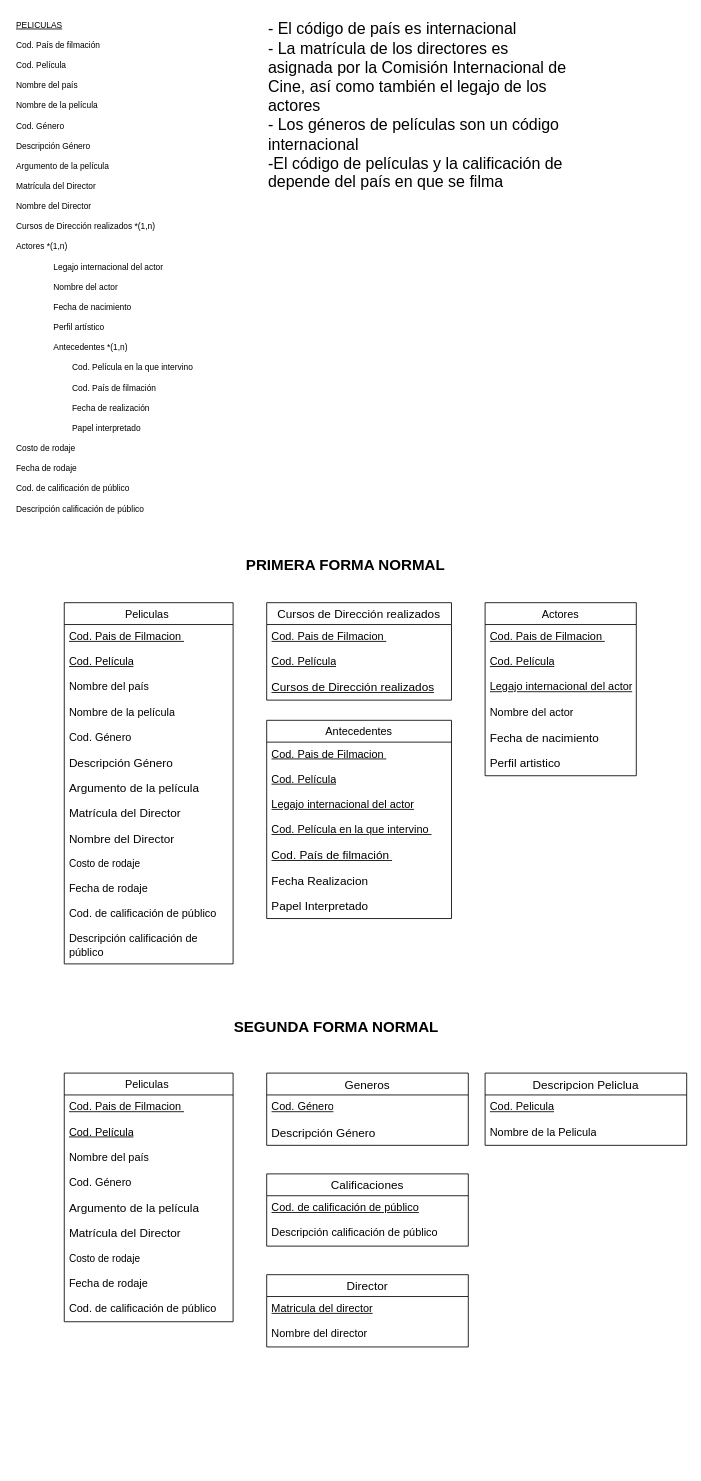
The draw.io diagram DiagrapaPeliculas.drawio in Jose-AA/TP-PELICULAS-BASE-DE-DATOS, before the edit. Source tidied: cells renumbered, new cells numbered last; positions are measured from the earlier drawing's top-left corner, leaving out a move shared by most shapes. Both pictures are drawn from the tidied source at 84%, with x=0, y=0 at pixel (14, 14).
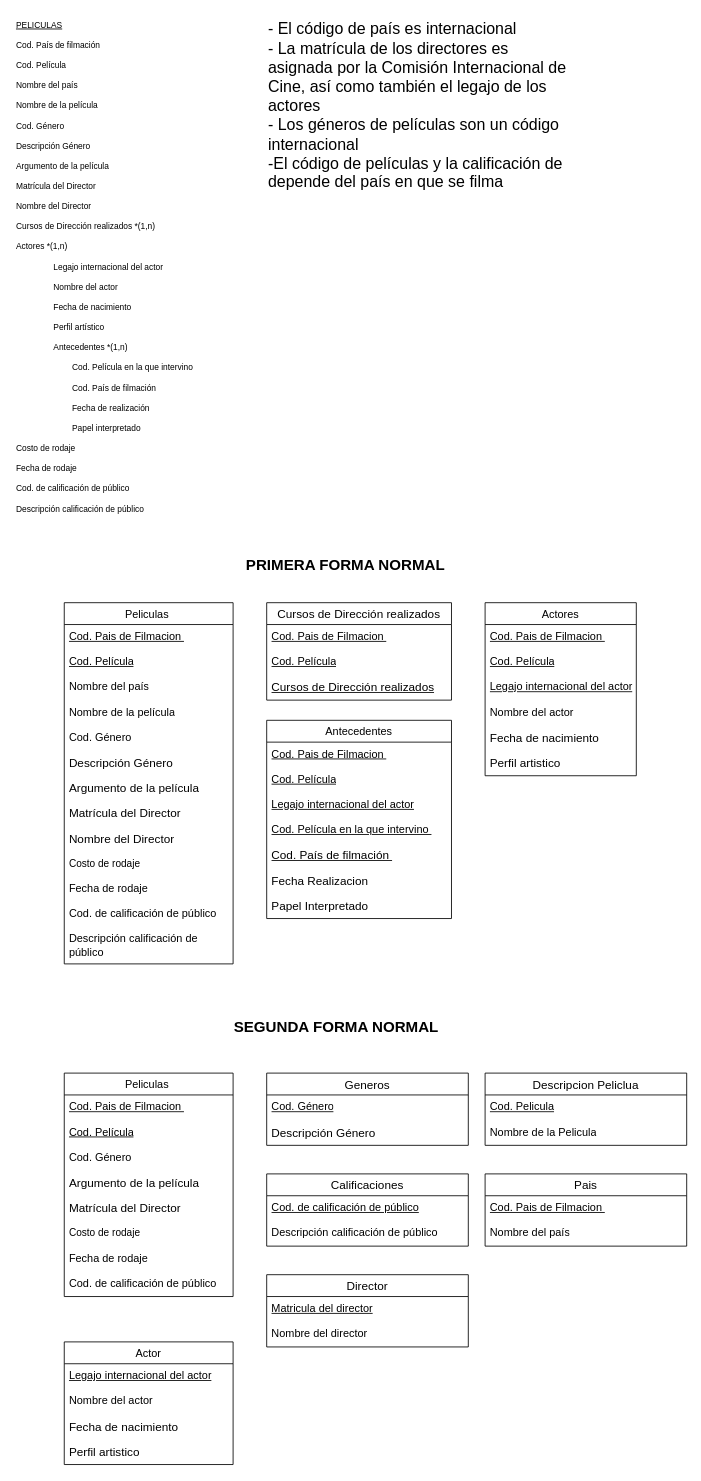
The same page after the edit.

What changed in the source:
```diff
@@
     <mxCell id="39" value="Peliculas " style="swimlane;fontStyle=0;horizontal=1;startSize=26;align=center;fontSize=13;" parent="1" vertex="1">
-      <mxGeometry x="59" y="1260" width="201" height="296" as="geometry" />
+      <mxGeometry x="59" y="1260" width="201" height="266" as="geometry" />
     </mxCell>
@@
-    <mxCell id="42" value="&lt;span style=&quot;font-size: 13px;&quot;&gt;Nombre del país&lt;/span&gt;" style="text;strokeColor=none;fillColor=none;spacingLeft=4;spacingRight=4;overflow=hidden;fontSize=13;whiteSpace=wrap;html=1;" parent="39" vertex="1">
-      <mxGeometry y="86" width="201" height="30" as="geometry" />
-    </mxCell>
     <mxCell id="43" value="&lt;span style=&quot;font-size: 13px;&quot;&gt;Cod. Género&lt;/span&gt;" style="text;strokeColor=none;fillColor=none;spacingLeft=4;spacingRight=4;overflow=hidden;fontSize=13;whiteSpace=wrap;html=1;" parent="39" vertex="1">
-      <mxGeometry y="116" width="201" height="30" as="geometry" />
+      <mxGeometry y="86" width="201" height="30" as="geometry" />
     </mxCell>
     <mxCell id="44" value="&lt;span style=&quot;font-size: 14px;&quot;&gt;Argumento de la película&lt;/span&gt;" style="text;strokeColor=none;fillColor=none;spacingLeft=4;spacingRight=4;overflow=hidden;fontSize=14;whiteSpace=wrap;html=1;" parent="39" vertex="1">
-      <mxGeometry y="146" width="201" height="30" as="geometry" />
+      <mxGeometry y="116" width="201" height="30" as="geometry" />
     </mxCell>
     <mxCell id="45" value="&lt;font style=&quot;font-size: 14px;&quot;&gt;Matrícula del Director&lt;/font&gt;" style="text;strokeColor=none;fillColor=none;spacingLeft=4;spacingRight=4;overflow=hidden;fontSize=13;whiteSpace=wrap;html=1;" parent="39" vertex="1">
-      <mxGeometry y="176" width="201" height="30" as="geometry" />
+      <mxGeometry y="146" width="201" height="30" as="geometry" />
     </mxCell>
     <mxCell id="46" value="Costo de rodaje" style="text;strokeColor=none;fillColor=none;align=left;verticalAlign=middle;spacingLeft=4;spacingRight=4;overflow=hidden;whiteSpace=wrap;html=1;" parent="39" vertex="1">
-      <mxGeometry y="206" width="201" height="30" as="geometry" />
+      <mxGeometry y="176" width="201" height="30" as="geometry" />
     </mxCell>
     <mxCell id="47" value="Fecha de rodaje" style="text;strokeColor=none;fillColor=none;spacingLeft=4;spacingRight=4;overflow=hidden;fontSize=13;whiteSpace=wrap;html=1;" parent="39" vertex="1">
-      <mxGeometry y="236" width="201" height="30" as="geometry" />
+      <mxGeometry y="206" width="201" height="30" as="geometry" />
     </mxCell>
     <mxCell id="48" value="Cod. de calificación de público" style="text;strokeColor=none;fillColor=none;spacingLeft=4;spacingRight=4;overflow=hidden;fontSize=13;whiteSpace=wrap;html=1;" parent="39" vertex="1">
-      <mxGeometry y="266" width="201" height="30" as="geometry" />
+      <mxGeometry y="236" width="201" height="30" as="geometry" />
     </mxCell>
@@
+    <mxCell id="61" value="Actor" style="swimlane;fontStyle=0;horizontal=1;startSize=26;align=center;fontSize=13;" parent="1" vertex="1">
+      <mxGeometry x="59" y="1580" width="201" height="146" as="geometry" />
+    </mxCell>
+    <mxCell id="62" value="&lt;div style=&quot;font-size: 13px;&quot;&gt;&lt;u&gt;Legajo internacional del actor&lt;/u&gt;&lt;br&gt;&lt;/div&gt;" style="text;strokeColor=none;fillColor=none;spacingLeft=4;spacingRight=4;overflow=hidden;fontSize=13;whiteSpace=wrap;html=1;" parent="61" vertex="1">
+      <mxGeometry y="26" width="201" height="30" as="geometry" />
+    </mxCell>
+    <mxCell id="63" value="&lt;span style=&quot;font-size: 13px;&quot;&gt;Nombre del actor&lt;/span&gt;" style="text;strokeColor=none;fillColor=none;spacingLeft=4;spacingRight=4;overflow=hidden;fontSize=13;whiteSpace=wrap;html=1;" parent="61" vertex="1">
+      <mxGeometry y="56" width="201" height="30" as="geometry" />
+    </mxCell>
+    <mxCell id="64" value="&lt;span style=&quot;font-size: 14px;&quot;&gt;Fecha de nacimiento&lt;/span&gt;" style="text;strokeColor=none;fillColor=none;spacingLeft=4;spacingRight=4;overflow=hidden;fontSize=13;whiteSpace=wrap;html=1;" parent="61" vertex="1">
+      <mxGeometry y="86" width="201" height="30" as="geometry" />
+    </mxCell>
+    <mxCell id="65" value="&lt;span style=&quot;font-size: 14px;&quot;&gt;Perfil artistico&lt;/span&gt;" style="text;strokeColor=none;fillColor=none;spacingLeft=4;spacingRight=4;overflow=hidden;fontSize=13;whiteSpace=wrap;html=1;" parent="61" vertex="1">
+      <mxGeometry y="116" width="201" height="30" as="geometry" />
+    </mxCell>
+    <mxCell id="66" value="Pais" style="swimlane;fontStyle=0;horizontal=1;startSize=26;align=center;fontSize=14;" parent="1" vertex="1">
+      <mxGeometry x="560" y="1380" width="240" height="86" as="geometry" />
+    </mxCell>
+    <mxCell id="67" value="&lt;u style=&quot;font-size: 13px;&quot;&gt;Cod. Pais de Filmacion&amp;nbsp;&lt;/u&gt;" style="text;strokeColor=none;fillColor=none;spacingLeft=4;spacingRight=4;overflow=hidden;fontSize=12;whiteSpace=wrap;html=1;" parent="66" vertex="1">
+      <mxGeometry y="26" width="240" height="30" as="geometry" />
+    </mxCell>
+    <mxCell id="42" value="&lt;div style=&quot;font-size: 13px;&quot;&gt;Nombre del país&lt;br&gt;&lt;/div&gt;" style="text;strokeColor=none;fillColor=none;spacingLeft=4;spacingRight=4;overflow=hidden;fontSize=13;whiteSpace=wrap;html=1;" parent="66" vertex="1">
+      <mxGeometry y="56" width="240" height="30" as="geometry" />
+    </mxCell>
```
